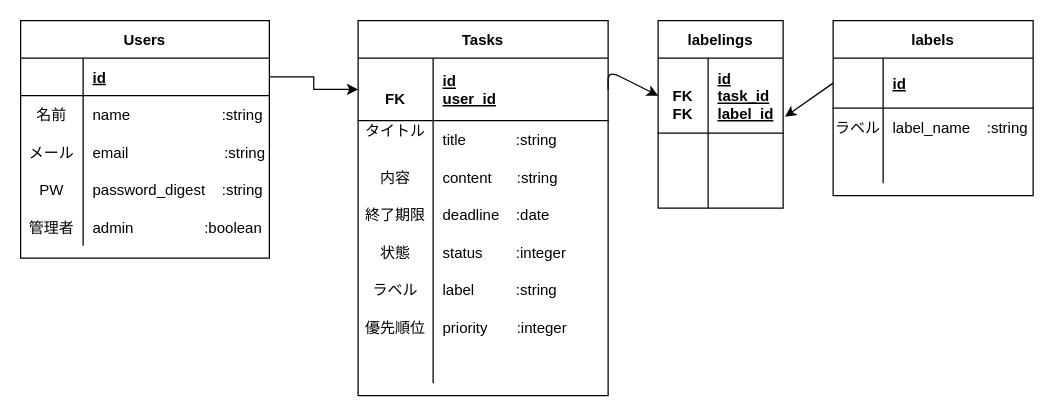
The draw.io diagram manyo.drawio in shota4214/manyo_task_exam, before the edit. Source tidied: cells renumbered, new cells numbered last; positions are measured from the earlier drawing's top-left corner, leaving out a move shared by most shapes. Both pictures are drawn from the tidied source at 125%, with x=0, y=0 at pixel (20, 20).
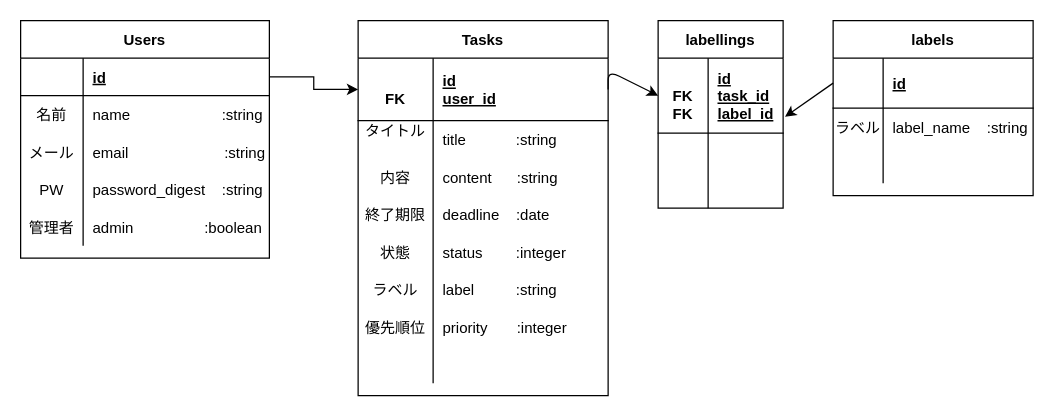
The same page after the edit.

What changed in the source:
```diff
@@
-    <mxCell id="54" value="labelings" style="shape=table;startSize=30;childLayout=tableLayout;rowLines=0;fontStyle=1;align=center;" parent="1" vertex="1">
+    <mxCell id="54" value="labellings" style="shape=table;startSize=30;childLayout=tableLayout;rowLines=0;fontStyle=1;align=center;" parent="1" vertex="1">
       <mxGeometry x="510" width="100" height="150" as="geometry" />
     </mxCell>
```
